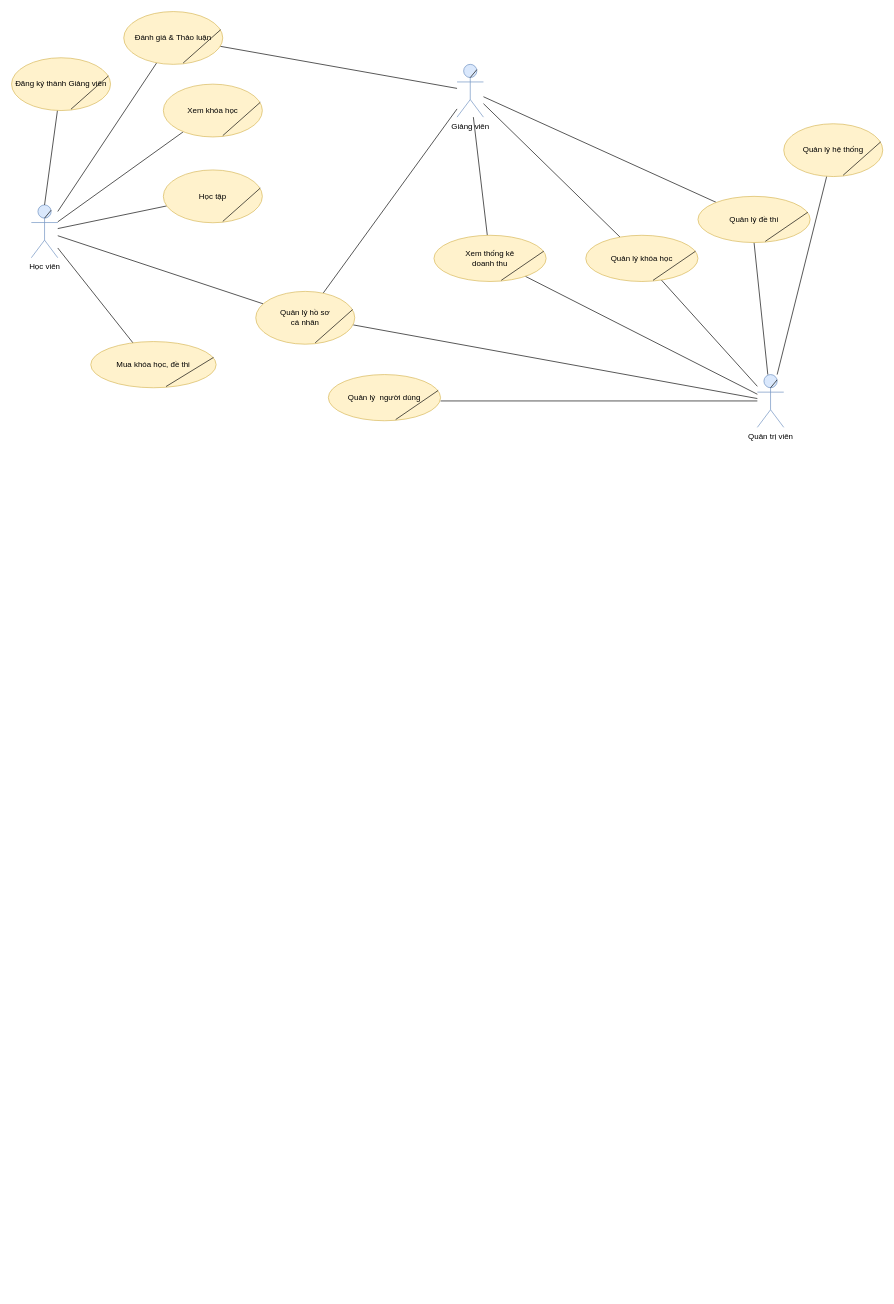
EdumyVietNam/bussiness-diagram keeps this draw.io diagram as BusinessDescription/Edumy_Business_UseCase.drawio. Above is the earlier version. Source tidied: cells renumbered, new cells numbered last; positions are measured from the earlier drawing's top-left corner, leaving out a move shared by most shapes. Both pictures are drawn from the tidied source at 66%, with x=0, y=0 at pixel (11, 11).
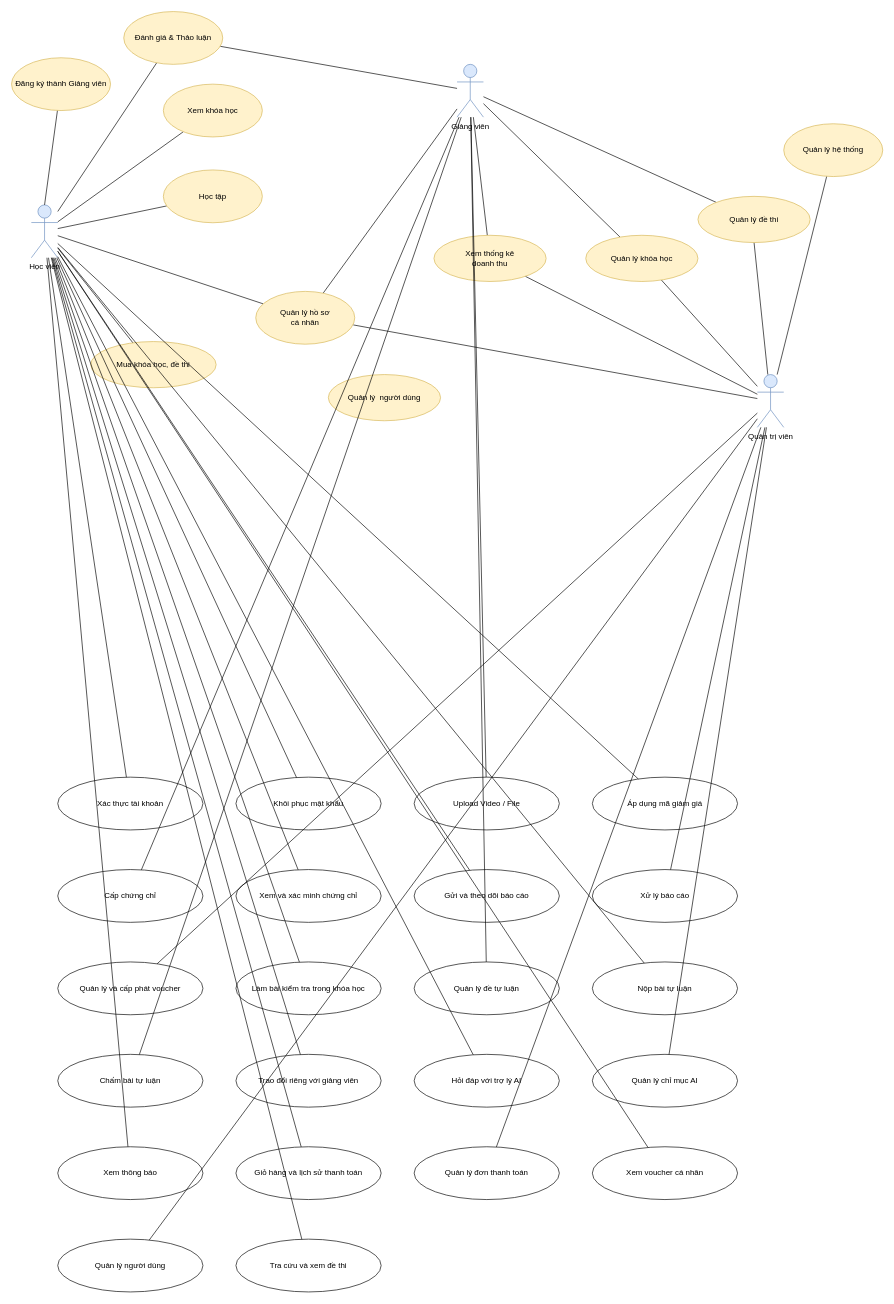
After the change.

Unchanged cells that the change refers to:
```xml
<mxCell id="2" value="Học viên" style="shape=umlActor;verticalLabelPosition=bottom;verticalAlign=top;html=1;outlineConnect=0;fillColor=#dae8fc;strokeColor=#6c8ebf;" parent="1" vertex="1">
  <mxGeometry x="30" y="293" width="40" height="80" as="geometry" />
</mxCell>
<mxCell id="3" value="Giảng viên" style="shape=umlActor;verticalLabelPosition=bottom;verticalAlign=top;html=1;outlineConnect=0;fillColor=#dae8fc;strokeColor=#6c8ebf;" parent="1" vertex="1">
  <mxGeometry x="675" y="80" width="40" height="80" as="geometry" />
</mxCell>
<mxCell id="4" value="Quản trị viên" style="shape=umlActor;verticalLabelPosition=bottom;verticalAlign=top;html=1;outlineConnect=0;fillColor=#dae8fc;strokeColor=#6c8ebf;" parent="1" vertex="1">
  <mxGeometry x="1130" y="550" width="40" height="80" as="geometry" />
</mxCell>
<mxCell id="23" style="group;" parent="1" vertex="1">
  <mxGeometry y="70" width="150" height="80" as="geometry" />
</mxCell>
<mxCell id="24" value="Đăng ký thành Giảng viên" style="ellipse;whiteSpace=wrap;html=1;fillColor=#fff2cc;strokeColor=#d6b656;" parent="23" vertex="1">
  <mxGeometry width="150" height="80" as="geometry" />
</mxCell>
<mxCell id="26" style="group;" parent="1" vertex="1">
  <mxGeometry x="170" width="150" height="80" as="geometry" />
</mxCell>
<mxCell id="27" value="&lt;span style=&quot;color: rgb(0, 0, 0);&quot;&gt;Đánh giá &amp;amp; Thảo luận&lt;/span&gt;" style="ellipse;whiteSpace=wrap;html=1;fillColor=#fff2cc;strokeColor=#d6b656;" parent="26" vertex="1">
  <mxGeometry width="150" height="80" as="geometry" />
</mxCell>
<mxCell id="29" style="group;" parent="1" vertex="1">
  <mxGeometry x="230" y="110" width="150" height="80" as="geometry" />
</mxCell>
<mxCell id="30" value="&lt;span style=&quot;color: rgb(0, 0, 0);&quot;&gt;Xem khóa học&lt;/span&gt;" style="ellipse;whiteSpace=wrap;html=1;fillColor=#fff2cc;strokeColor=#d6b656;" parent="29" vertex="1">
  <mxGeometry width="150" height="80" as="geometry" />
</mxCell>
<mxCell id="32" style="group;" parent="1" vertex="1">
  <mxGeometry x="230" y="240" width="150" height="80" as="geometry" />
</mxCell>
<mxCell id="33" value="&lt;span style=&quot;color: rgb(0, 0, 0);&quot;&gt;Học tập&lt;/span&gt;" style="ellipse;whiteSpace=wrap;html=1;fillColor=#fff2cc;strokeColor=#d6b656;" parent="32" vertex="1">
  <mxGeometry width="150" height="80" as="geometry" />
</mxCell>
<mxCell id="35" style="group;" parent="1" vertex="1">
  <mxGeometry x="120" y="500" width="190" height="70" as="geometry" />
</mxCell>
<mxCell id="36" value="&lt;span style=&quot;color: rgb(0, 0, 0);&quot;&gt;Mua khóa học, đề thi&lt;/span&gt;" style="ellipse;whiteSpace=wrap;html=1;fillColor=#fff2cc;strokeColor=#d6b656;" parent="35" vertex="1">
  <mxGeometry width="190" height="70" as="geometry" />
</mxCell>
<mxCell id="38" style="group;" parent="1" vertex="1">
  <mxGeometry x="370" y="424" width="150" height="80" as="geometry" />
</mxCell>
<mxCell id="39" value="&lt;span style=&quot;color: rgb(0, 0, 0);&quot;&gt;Quản lý hồ sơ&lt;br&gt;cá nhân&lt;/span&gt;" style="ellipse;whiteSpace=wrap;html=1;fillColor=#fff2cc;strokeColor=#d6b656;" parent="38" vertex="1">
  <mxGeometry width="150" height="80" as="geometry" />
</mxCell>
<mxCell id="41" style="group;" parent="1" vertex="1">
  <mxGeometry x="1170" y="170" width="150" height="80" as="geometry" />
</mxCell>
<mxCell id="42" value="Quản lý hệ thống" style="ellipse;whiteSpace=wrap;html=1;fillColor=#fff2cc;strokeColor=#d6b656;" parent="41" vertex="1">
  <mxGeometry width="150" height="80" as="geometry" />
</mxCell>
<mxCell id="44" style="group;" parent="1" vertex="1">
  <mxGeometry x="480" y="550" width="170" height="70" as="geometry" />
</mxCell>
<mxCell id="45" value="&lt;span style=&quot;color: rgb(0, 0, 0);&quot;&gt;Quản lý&amp;nbsp; người dùng&lt;/span&gt;" style="ellipse;whiteSpace=wrap;html=1;fillColor=#fff2cc;strokeColor=#d6b656;" parent="44" vertex="1">
  <mxGeometry width="170" height="70" as="geometry" />
</mxCell>
<mxCell id="47" style="group;" parent="1" vertex="1">
  <mxGeometry x="640" y="339" width="170" height="70" as="geometry" />
</mxCell>
<mxCell id="48" value="&lt;span style=&quot;color: rgb(0, 0, 0);&quot;&gt;Xem thống kê&lt;br&gt;doanh thu&lt;/span&gt;" style="ellipse;whiteSpace=wrap;html=1;fillColor=#fff2cc;strokeColor=#d6b656;" parent="47" vertex="1">
  <mxGeometry width="170" height="70" as="geometry" />
</mxCell>
<mxCell id="50" style="group;" parent="1" vertex="1">
  <mxGeometry x="870" y="339" width="170" height="70" as="geometry" />
</mxCell>
<mxCell id="51" value="&lt;span style=&quot;color: rgb(0, 0, 0);&quot;&gt;Quản lý khóa học&lt;/span&gt;" style="ellipse;whiteSpace=wrap;html=1;fillColor=#fff2cc;strokeColor=#d6b656;" parent="50" vertex="1">
  <mxGeometry width="170" height="70" as="geometry" />
</mxCell>
<mxCell id="53" style="group;" parent="1" vertex="1">
  <mxGeometry x="1040" y="280" width="170" height="70" as="geometry" />
</mxCell>
<mxCell id="54" value="&lt;span style=&quot;color: rgb(0, 0, 0);&quot;&gt;Quản lý đề thi&lt;/span&gt;" style="ellipse;whiteSpace=wrap;html=1;fillColor=#fff2cc;strokeColor=#d6b656;" parent="53" vertex="1">
  <mxGeometry width="170" height="70" as="geometry" />
</mxCell>
```

The edit, as a diff of the source:
```diff
@@
-    <mxCell id="16" style="endArrow=none;html=1;rounded=0;strokeColor=#000000;" parent="1" edge="1" source="4">
-      <mxGeometry relative="1" as="geometry">
-        <mxPoint x="650" y="590" as="targetPoint" />
-      </mxGeometry>
-    </mxCell>
@@
-    <mxCell id="22" style="endArrow=none;html=1;entryX=0.75;entryY=0.1;entryDx=0;entryDy=0;entryPerimeter=0;" parent="1" edge="1" target="2">
-      <mxGeometry relative="1" as="geometry">
-        <mxPoint x="50" y="313" as="sourcePoint" />
-      </mxGeometry>
-    </mxCell>
@@
-    <mxCell id="25" style="endArrow=none;html=1;entryX=0.979;entryY=0.344;entryDx=0;entryDy=0;entryPerimeter=0;" parent="23" edge="1" target="24">
-      <mxGeometry relative="1" as="geometry">
-        <mxPoint x="90" y="78" as="sourcePoint" />
-      </mxGeometry>
-    </mxCell>
@@
-    <mxCell id="28" style="endArrow=none;html=1;entryX=0.979;entryY=0.344;entryDx=0;entryDy=0;entryPerimeter=0;" parent="26" edge="1" target="27">
-      <mxGeometry relative="1" as="geometry">
-        <mxPoint x="90" y="78" as="sourcePoint" />
-      </mxGeometry>
-    </mxCell>
@@
-    <mxCell id="31" style="endArrow=none;html=1;entryX=0.979;entryY=0.344;entryDx=0;entryDy=0;entryPerimeter=0;" parent="29" edge="1" target="30">
-      <mxGeometry relative="1" as="geometry">
-        <mxPoint x="90" y="78" as="sourcePoint" />
-      </mxGeometry>
-    </mxCell>
@@
-    <mxCell id="34" style="endArrow=none;html=1;entryX=0.979;entryY=0.344;entryDx=0;entryDy=0;entryPerimeter=0;" parent="32" edge="1" target="33">
-      <mxGeometry relative="1" as="geometry">
-        <mxPoint x="90" y="78" as="sourcePoint" />
-      </mxGeometry>
-    </mxCell>
@@
-    <mxCell id="37" style="endArrow=none;html=1;entryX=0.979;entryY=0.344;entryDx=0;entryDy=0;entryPerimeter=0;" parent="35" edge="1" target="36">
-      <mxGeometry relative="1" as="geometry">
-        <mxPoint x="114" y="68.2" as="sourcePoint" />
-      </mxGeometry>
-    </mxCell>
@@
-    <mxCell id="40" style="endArrow=none;html=1;entryX=0.979;entryY=0.344;entryDx=0;entryDy=0;entryPerimeter=0;" parent="38" edge="1" target="39">
-      <mxGeometry relative="1" as="geometry">
-        <mxPoint x="90" y="78" as="sourcePoint" />
-      </mxGeometry>
-    </mxCell>
@@
-    <mxCell id="43" style="endArrow=none;html=1;entryX=0.979;entryY=0.344;entryDx=0;entryDy=0;entryPerimeter=0;" parent="41" edge="1" target="42">
-      <mxGeometry relative="1" as="geometry">
-        <mxPoint x="90" y="78" as="sourcePoint" />
-      </mxGeometry>
-    </mxCell>
@@
-    <mxCell id="46" style="endArrow=none;html=1;entryX=0.979;entryY=0.344;entryDx=0;entryDy=0;entryPerimeter=0;" parent="44" edge="1" target="45">
-      <mxGeometry relative="1" as="geometry">
-        <mxPoint x="102" y="68.2" as="sourcePoint" />
-      </mxGeometry>
-    </mxCell>
@@
-    <mxCell id="49" style="endArrow=none;html=1;entryX=0.979;entryY=0.344;entryDx=0;entryDy=0;entryPerimeter=0;" parent="47" edge="1" target="48">
-      <mxGeometry relative="1" as="geometry">
-        <mxPoint x="102" y="68.2" as="sourcePoint" />
-      </mxGeometry>
-    </mxCell>
@@
-    <mxCell id="52" style="endArrow=none;html=1;entryX=0.979;entryY=0.344;entryDx=0;entryDy=0;entryPerimeter=0;" parent="50" edge="1" target="51">
-      <mxGeometry relative="1" as="geometry">
-        <mxPoint x="102" y="68.2" as="sourcePoint" />
-      </mxGeometry>
-    </mxCell>
@@
-    <mxCell id="55" style="endArrow=none;html=1;entryX=0.979;entryY=0.344;entryDx=0;entryDy=0;entryPerimeter=0;" parent="53" edge="1" target="54">
-      <mxGeometry relative="1" as="geometry">
-        <mxPoint x="102" y="68.2" as="sourcePoint" />
-      </mxGeometry>
-    </mxCell>
-    <mxCell id="56" style="endArrow=none;html=1;entryX=0.75;entryY=0.1;entryDx=0;entryDy=0;entryPerimeter=0;" parent="1" edge="1" target="3">
-      <mxGeometry relative="1" as="geometry">
-        <mxPoint x="695" y="100" as="sourcePoint" />
-      </mxGeometry>
-    </mxCell>
-    <mxCell id="57" style="endArrow=none;html=1;entryX=0.75;entryY=0.1;entryDx=0;entryDy=0;entryPerimeter=0;" parent="1" edge="1" target="4">
-      <mxGeometry relative="1" as="geometry">
-        <mxPoint x="1150" y="570" as="sourcePoint" />
-      </mxGeometry>
-    </mxCell>
+    <mxCell id="58" value="Xác thực tài khoản" style="ellipse;whiteSpace=wrap;html=1;" parent="1" vertex="1">
+      <mxGeometry x="70" y="1160" width="220" height="80" as="geometry" />
+    </mxCell>
+    <mxCell id="59" style="endArrow=none;html=1;" parent="1" edge="1" source="2" target="58">
+      <mxGeometry relative="1" as="geometry" />
+    </mxCell>
+    <mxCell id="60" value="Khôi phục mật khẩu" style="ellipse;whiteSpace=wrap;html=1;" parent="1" vertex="1">
+      <mxGeometry x="340" y="1160" width="220" height="80" as="geometry" />
+    </mxCell>
+    <mxCell id="61" style="endArrow=none;html=1;" parent="1" edge="1" source="2" target="60">
+      <mxGeometry relative="1" as="geometry" />
+    </mxCell>
+    <mxCell id="62" value="Upload Video / File" style="ellipse;whiteSpace=wrap;html=1;" parent="1" vertex="1">
+      <mxGeometry x="610" y="1160" width="220" height="80" as="geometry" />
+    </mxCell>
+    <mxCell id="63" style="endArrow=none;html=1;" parent="1" edge="1" source="3" target="62">
+      <mxGeometry relative="1" as="geometry" />
+    </mxCell>
+    <mxCell id="64" value="Áp dụng mã giảm giá" style="ellipse;whiteSpace=wrap;html=1;" parent="1" vertex="1">
+      <mxGeometry x="880" y="1160" width="220" height="80" as="geometry" />
+    </mxCell>
+    <mxCell id="65" style="endArrow=none;html=1;" parent="1" edge="1" source="2" target="64">
+      <mxGeometry relative="1" as="geometry" />
+    </mxCell>
+    <mxCell id="66" value="Cấp chứng chỉ" style="ellipse;whiteSpace=wrap;html=1;" parent="1" vertex="1">
+      <mxGeometry x="70" y="1300" width="220" height="80" as="geometry" />
+    </mxCell>
+    <mxCell id="67" style="endArrow=none;html=1;" parent="1" edge="1" source="3" target="66">
+      <mxGeometry relative="1" as="geometry" />
+    </mxCell>
+    <mxCell id="68" value="Xem và xác minh chứng chỉ" style="ellipse;whiteSpace=wrap;html=1;" parent="1" vertex="1">
+      <mxGeometry x="340" y="1300" width="220" height="80" as="geometry" />
+    </mxCell>
+    <mxCell id="69" style="endArrow=none;html=1;" parent="1" edge="1" source="2" target="68">
+      <mxGeometry relative="1" as="geometry" />
+    </mxCell>
+    <mxCell id="70" value="Gửi và theo dõi báo cáo" style="ellipse;whiteSpace=wrap;html=1;" parent="1" vertex="1">
+      <mxGeometry x="610" y="1300" width="220" height="80" as="geometry" />
+    </mxCell>
+    <mxCell id="71" style="endArrow=none;html=1;" parent="1" edge="1" source="2" target="70">
+      <mxGeometry relative="1" as="geometry" />
+    </mxCell>
+    <mxCell id="72" value="Xử lý báo cáo" style="ellipse;whiteSpace=wrap;html=1;" parent="1" vertex="1">
+      <mxGeometry x="880" y="1300" width="220" height="80" as="geometry" />
+    </mxCell>
+    <mxCell id="73" style="endArrow=none;html=1;" parent="1" edge="1" source="4" target="72">
+      <mxGeometry relative="1" as="geometry" />
+    </mxCell>
+    <mxCell id="74" value="Quản lý và cấp phát voucher" style="ellipse;whiteSpace=wrap;html=1;" parent="1" vertex="1">
+      <mxGeometry x="70" y="1440" width="220" height="80" as="geometry" />
+    </mxCell>
+    <mxCell id="75" style="endArrow=none;html=1;" parent="1" edge="1" source="4" target="74">
+      <mxGeometry relative="1" as="geometry" />
+    </mxCell>
+    <mxCell id="76" value="Làm bài kiểm tra trong khóa học" style="ellipse;whiteSpace=wrap;html=1;" parent="1" vertex="1">
+      <mxGeometry x="340" y="1440" width="220" height="80" as="geometry" />
+    </mxCell>
+    <mxCell id="77" style="endArrow=none;html=1;" parent="1" edge="1" source="2" target="76">
+      <mxGeometry relative="1" as="geometry" />
+    </mxCell>
+    <mxCell id="78" value="Quản lý đề tự luận" style="ellipse;whiteSpace=wrap;html=1;" parent="1" vertex="1">
+      <mxGeometry x="610" y="1440" width="220" height="80" as="geometry" />
+    </mxCell>
+    <mxCell id="79" style="endArrow=none;html=1;" parent="1" edge="1" source="3" target="78">
+      <mxGeometry relative="1" as="geometry" />
+    </mxCell>
+    <mxCell id="80" value="Nộp bài tự luận" style="ellipse;whiteSpace=wrap;html=1;" parent="1" vertex="1">
+      <mxGeometry x="880" y="1440" width="220" height="80" as="geometry" />
+    </mxCell>
+    <mxCell id="81" style="endArrow=none;html=1;" parent="1" edge="1" source="2" target="80">
+      <mxGeometry relative="1" as="geometry" />
+    </mxCell>
+    <mxCell id="82" value="Chấm bài tự luận" style="ellipse;whiteSpace=wrap;html=1;" parent="1" vertex="1">
+      <mxGeometry x="70" y="1580" width="220" height="80" as="geometry" />
+    </mxCell>
+    <mxCell id="83" style="endArrow=none;html=1;" parent="1" edge="1" source="3" target="82">
+      <mxGeometry relative="1" as="geometry" />
+    </mxCell>
+    <mxCell id="84" value="Trao đổi riêng với giảng viên" style="ellipse;whiteSpace=wrap;html=1;" parent="1" vertex="1">
+      <mxGeometry x="340" y="1580" width="220" height="80" as="geometry" />
+    </mxCell>
+    <mxCell id="85" style="endArrow=none;html=1;" parent="1" edge="1" source="2" target="84">
+      <mxGeometry relative="1" as="geometry" />
+    </mxCell>
+    <mxCell id="86" value="Hỏi đáp với trợ lý AI" style="ellipse;whiteSpace=wrap;html=1;" parent="1" vertex="1">
+      <mxGeometry x="610" y="1580" width="220" height="80" as="geometry" />
+    </mxCell>
+    <mxCell id="87" style="endArrow=none;html=1;" parent="1" edge="1" source="2" target="86">
+      <mxGeometry relative="1" as="geometry" />
+    </mxCell>
+    <mxCell id="88" value="Quản lý chỉ mục AI" style="ellipse;whiteSpace=wrap;html=1;" parent="1" vertex="1">
+      <mxGeometry x="880" y="1580" width="220" height="80" as="geometry" />
+    </mxCell>
+    <mxCell id="89" style="endArrow=none;html=1;" parent="1" edge="1" source="4" target="88">
+      <mxGeometry relative="1" as="geometry" />
+    </mxCell>
+    <mxCell id="90" value="Xem thông báo" style="ellipse;whiteSpace=wrap;html=1;" parent="1" vertex="1">
+      <mxGeometry x="70" y="1720" width="220" height="80" as="geometry" />
+    </mxCell>
+    <mxCell id="91" style="endArrow=none;html=1;" parent="1" edge="1" source="2" target="90">
+      <mxGeometry relative="1" as="geometry" />
+    </mxCell>
+    <mxCell id="92" value="Giỏ hàng và lịch sử thanh toán" style="ellipse;whiteSpace=wrap;html=1;" parent="1" vertex="1">
+      <mxGeometry x="340" y="1720" width="220" height="80" as="geometry" />
+    </mxCell>
+    <mxCell id="93" style="endArrow=none;html=1;" parent="1" edge="1" source="2" target="92">
+      <mxGeometry relative="1" as="geometry" />
+    </mxCell>
+    <mxCell id="94" value="Quản lý đơn thanh toán" style="ellipse;whiteSpace=wrap;html=1;" parent="1" vertex="1">
+      <mxGeometry x="610" y="1720" width="220" height="80" as="geometry" />
+    </mxCell>
+    <mxCell id="95" style="endArrow=none;html=1;" parent="1" edge="1" source="4" target="94">
+      <mxGeometry relative="1" as="geometry" />
+    </mxCell>
+    <mxCell id="96" value="Xem voucher cá nhân" style="ellipse;whiteSpace=wrap;html=1;" parent="1" vertex="1">
+      <mxGeometry x="880" y="1720" width="220" height="80" as="geometry" />
+    </mxCell>
+    <mxCell id="97" style="endArrow=none;html=1;" parent="1" edge="1" source="2" target="96">
+      <mxGeometry relative="1" as="geometry" />
+    </mxCell>
+    <mxCell id="98" value="Quản lý người dùng" style="ellipse;whiteSpace=wrap;html=1;" parent="1" vertex="1">
+      <mxGeometry x="70" y="1860" width="220" height="80" as="geometry" />
+    </mxCell>
+    <mxCell id="99" style="endArrow=none;html=1;" parent="1" edge="1" source="4" target="98">
+      <mxGeometry relative="1" as="geometry" />
+    </mxCell>
+    <mxCell id="100" value="Tra cứu và xem đề thi" style="ellipse;whiteSpace=wrap;html=1;" parent="1" vertex="1">
+      <mxGeometry x="340" y="1860" width="220" height="80" as="geometry" />
+    </mxCell>
+    <mxCell id="101" style="endArrow=none;html=1;" parent="1" edge="1" source="2" target="100">
+      <mxGeometry relative="1" as="geometry" />
+    </mxCell>
```
